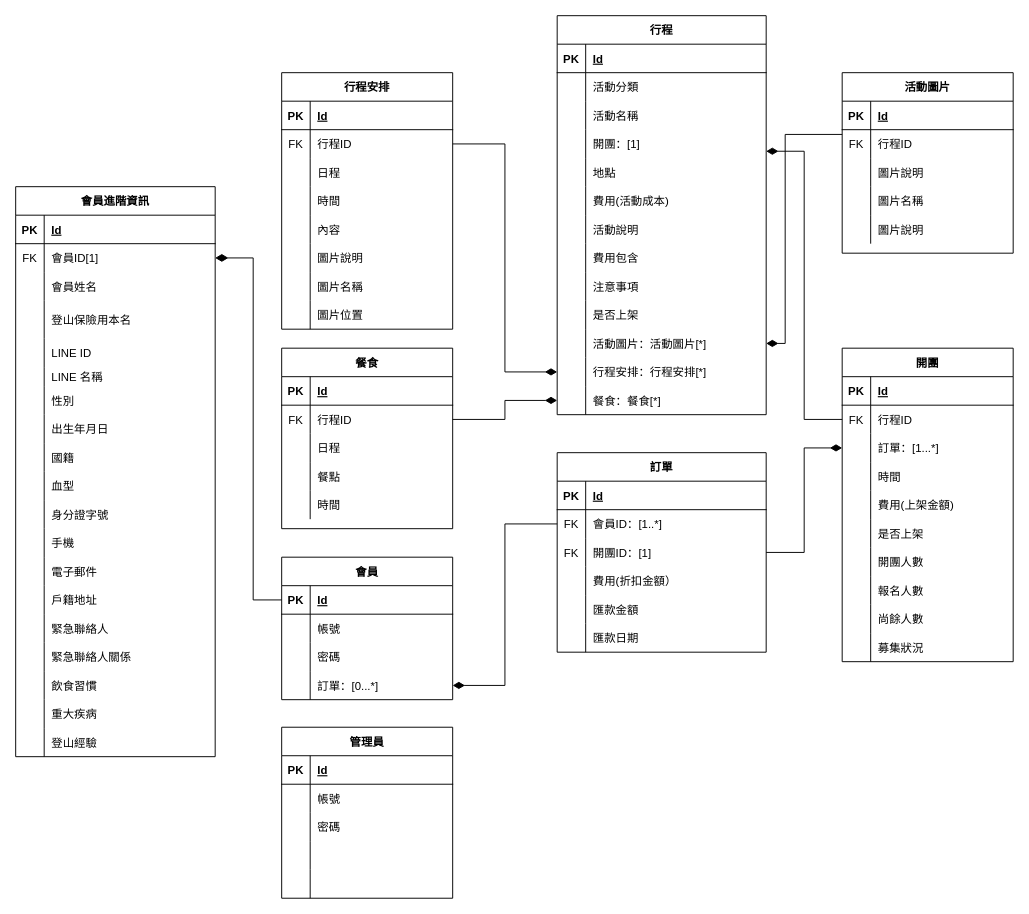
Yizi-Yeh/MT-Databaseplanning keeps this draw.io diagram as Untitled Diagram.drawio. Above is the earlier version. Source tidied: cells renumbered, new cells numbered last; positions are measured from the earlier drawing's top-left corner, leaving out a move shared by most shapes. Both pictures are drawn from the tidied source at 95%, with x=0, y=0 at pixel (15, 15).
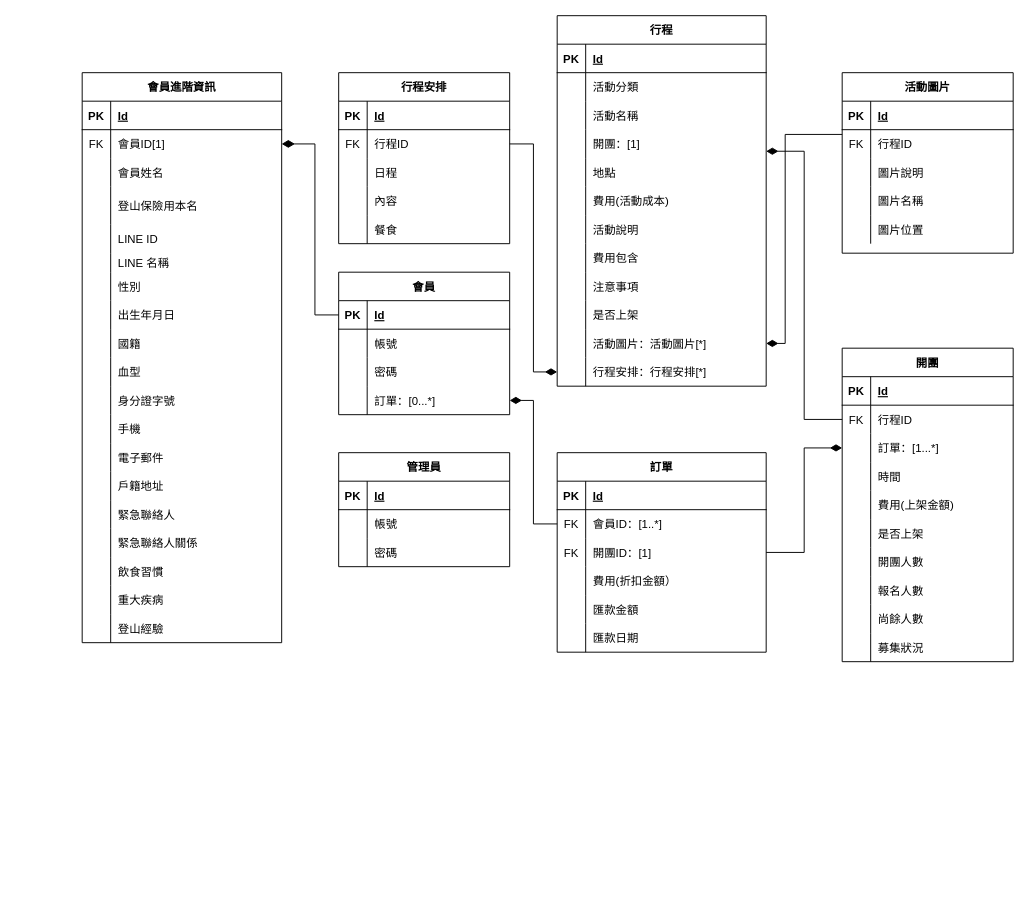
Above is the later version.

Unchanged cells that the change refers to:
```xml
<mxCell id="127" style="shape=partialRectangle;fillColor=none;top=0;left=0;bottom=0;right=0;" parent="114" vertex="1">
  <mxGeometry y="150" width="180" height="30" as="geometry" />
</mxCell>
```

Change to the diagram source:
```diff
@@
     <mxCell id="2" value="行程" style="shape=table;startSize=30;childLayout=tableLayout;rowLines=0;fontStyle=1;align=center;" parent="1" vertex="1">
-      <mxGeometry x="570" width="220" height="420" as="geometry" />
+      <mxGeometry x="570" width="220" height="390" as="geometry" />
     </mxCell>
@@
-    <mxCell id="39" style="shape=partialRectangle;fillColor=none;top=0;left=0;bottom=0;right=0;points=[[0,0.5],[1,0.5]];portConstraint=eastwest;" parent="2" vertex="1">
-      <mxGeometry y="390" width="220" height="30" as="geometry" />
-    </mxCell>
-    <mxCell id="40" style="shape=partialRectangle;fillColor=none;top=0;left=0;bottom=0;right=0;overflow=hidden;" parent="39" vertex="1">
-      <mxGeometry width="30" height="30" as="geometry" />
-    </mxCell>
-    <mxCell id="41" value="餐食：餐食[*]" style="shape=partialRectangle;fillColor=none;top=0;left=0;bottom=0;right=0;align=left;spacingLeft=6;overflow=hidden;" parent="39" vertex="1">
-      <mxGeometry x="30" width="190" height="30" as="geometry" />
-    </mxCell>
@@
     <mxCell id="73" value="行程安排" style="shape=table;startSize=30;childLayout=tableLayout;rowLines=0;fontStyle=1;align=center;fillColor=none;" parent="1" vertex="1">
-      <mxGeometry x="280" y="60" width="180" height="270" as="geometry" />
+      <mxGeometry x="340" y="60" width="180" height="180" as="geometry" />
     </mxCell>
@@
-    <mxCell id="83" style="shape=partialRectangle;fillColor=none;top=0;left=0;bottom=0;right=0;" parent="73" vertex="1">
-      <mxGeometry y="120" width="180" height="30" as="geometry" />
-    </mxCell>
-    <mxCell id="84" style="shape=partialRectangle;fillColor=none;top=0;left=0;bottom=0;right=0;overflow=hidden;" parent="83" vertex="1">
-      <mxGeometry width="30" height="30" as="geometry" />
-    </mxCell>
-    <mxCell id="85" value="時間" style="shape=partialRectangle;fillColor=none;top=0;left=0;bottom=0;right=0;align=left;spacingLeft=6;overflow=hidden;" parent="83" vertex="1">
-      <mxGeometry x="30" width="150" height="30" as="geometry" />
-    </mxCell>
     <mxCell id="86" style="shape=partialRectangle;fillColor=none;top=0;left=0;bottom=0;right=0;" parent="73" vertex="1">
-      <mxGeometry y="150" width="180" height="30" as="geometry" />
+      <mxGeometry y="120" width="180" height="30" as="geometry" />
     </mxCell>
@@
     <mxCell id="89" style="shape=partialRectangle;fillColor=none;top=0;left=0;bottom=0;right=0;" parent="73" vertex="1">
-      <mxGeometry y="180" width="180" height="30" as="geometry" />
+      <mxGeometry y="150" width="180" height="30" as="geometry" />
     </mxCell>
@@
-    <mxCell id="91" value="圖片說明" style="shape=partialRectangle;fillColor=none;top=0;left=0;bottom=0;right=0;align=left;spacingLeft=6;overflow=hidden;" parent="89" vertex="1">
+    <mxCell id="91" value="餐食" style="shape=partialRectangle;fillColor=none;top=0;left=0;bottom=0;right=0;align=left;spacingLeft=6;overflow=hidden;" parent="89" vertex="1">
       <mxGeometry x="30" width="150" height="30" as="geometry" />
     </mxCell>
-    <mxCell id="92" style="shape=partialRectangle;fillColor=none;top=0;left=0;bottom=0;right=0;" parent="73" vertex="1">
-      <mxGeometry y="210" width="180" height="30" as="geometry" />
-    </mxCell>
-    <mxCell id="93" style="shape=partialRectangle;fillColor=none;top=0;left=0;bottom=0;right=0;overflow=hidden;" parent="92" vertex="1">
-      <mxGeometry width="30" height="30" as="geometry" />
-    </mxCell>
-    <mxCell id="94" value="圖片名稱" style="shape=partialRectangle;fillColor=none;top=0;left=0;bottom=0;right=0;align=left;spacingLeft=6;overflow=hidden;" parent="92" vertex="1">
-      <mxGeometry x="30" width="150" height="30" as="geometry" />
-    </mxCell>
-    <mxCell id="95" style="shape=partialRectangle;fillColor=none;top=0;left=0;bottom=0;right=0;" parent="73" vertex="1">
-      <mxGeometry y="240" width="180" height="30" as="geometry" />
-    </mxCell>
-    <mxCell id="96" style="shape=partialRectangle;fillColor=none;top=0;left=0;bottom=0;right=0;overflow=hidden;" parent="95" vertex="1">
-      <mxGeometry width="30" height="30" as="geometry" />
-    </mxCell>
-    <mxCell id="97" value="圖片位置" style="shape=partialRectangle;fillColor=none;top=0;left=0;bottom=0;right=0;align=left;spacingLeft=6;overflow=hidden;" parent="95" vertex="1">
-      <mxGeometry x="30" width="150" height="30" as="geometry" />
-    </mxCell>
-    <mxCell id="98" value="餐食" style="shape=table;startSize=30;childLayout=tableLayout;rowLines=0;fontStyle=1;align=center;fillColor=none;" parent="1" vertex="1">
-      <mxGeometry x="280" y="350" width="180" height="190" as="geometry" />
-    </mxCell>
-    <mxCell id="99" style="shape=partialRectangle;fillColor=none;top=0;left=0;bottom=1;right=0;" parent="98" vertex="1">
-      <mxGeometry y="30" width="180" height="30" as="geometry" />
-    </mxCell>
-    <mxCell id="100" value="PK" style="shape=partialRectangle;fillColor=none;top=0;left=0;bottom=0;right=0;fontStyle=1;overflow=hidden;" parent="99" vertex="1">
-      <mxGeometry width="30" height="30" as="geometry" />
-    </mxCell>
-    <mxCell id="101" value="Id" style="shape=partialRectangle;fillColor=none;top=0;left=0;bottom=0;right=0;align=left;spacingLeft=6;fontStyle=5;overflow=hidden;" parent="99" vertex="1">
-      <mxGeometry x="30" width="150" height="30" as="geometry" />
-    </mxCell>
-    <mxCell id="102" style="shape=partialRectangle;fillColor=none;top=0;left=0;bottom=0;right=0;points=[[0,0.5],[1,0.5]];portConstraint=eastwest;" parent="98" vertex="1">
-      <mxGeometry y="60" width="180" height="30" as="geometry" />
-    </mxCell>
-    <mxCell id="103" value="FK" style="shape=partialRectangle;fillColor=none;top=0;left=0;bottom=0;right=0;fontStyle=0;overflow=hidden;" parent="102" vertex="1">
-      <mxGeometry width="30" height="30" as="geometry" />
-    </mxCell>
-    <mxCell id="104" value="行程ID" style="shape=partialRectangle;fillColor=none;top=0;left=0;bottom=0;right=0;align=left;spacingLeft=6;fontStyle=0;overflow=hidden;" parent="102" vertex="1">
-      <mxGeometry x="30" width="150" height="30" as="geometry" />
-    </mxCell>
-    <mxCell id="105" style="shape=partialRectangle;fillColor=none;top=0;left=0;bottom=0;right=0;" parent="98" vertex="1">
-      <mxGeometry y="90" width="180" height="30" as="geometry" />
-    </mxCell>
-    <mxCell id="106" style="shape=partialRectangle;fillColor=none;top=0;left=0;bottom=0;right=0;overflow=hidden;" parent="105" vertex="1">
-      <mxGeometry width="30" height="30" as="geometry" />
-    </mxCell>
-    <mxCell id="107" value="日程" style="shape=partialRectangle;fillColor=none;top=0;left=0;bottom=0;right=0;align=left;spacingLeft=6;overflow=hidden;" parent="105" vertex="1">
-      <mxGeometry x="30" width="150" height="30" as="geometry" />
-    </mxCell>
-    <mxCell id="108" style="shape=partialRectangle;fillColor=none;top=0;left=0;bottom=0;right=0;" parent="98" vertex="1">
-      <mxGeometry y="120" width="180" height="30" as="geometry" />
-    </mxCell>
-    <mxCell id="109" style="shape=partialRectangle;fillColor=none;top=0;left=0;bottom=0;right=0;overflow=hidden;" parent="108" vertex="1">
-      <mxGeometry width="30" height="30" as="geometry" />
-    </mxCell>
-    <mxCell id="110" value="餐點" style="shape=partialRectangle;fillColor=none;top=0;left=0;bottom=0;right=0;align=left;spacingLeft=6;overflow=hidden;" parent="108" vertex="1">
-      <mxGeometry x="30" width="150" height="30" as="geometry" />
-    </mxCell>
-    <mxCell id="111" style="shape=partialRectangle;fillColor=none;top=0;left=0;bottom=0;right=0;" parent="98" vertex="1">
-      <mxGeometry y="150" width="180" height="30" as="geometry" />
-    </mxCell>
-    <mxCell id="112" style="shape=partialRectangle;fillColor=none;top=0;left=0;bottom=0;right=0;overflow=hidden;" parent="111" vertex="1">
-      <mxGeometry width="30" height="30" as="geometry" />
-    </mxCell>
-    <mxCell id="113" value="時間" style="shape=partialRectangle;fillColor=none;top=0;left=0;bottom=0;right=0;align=left;spacingLeft=6;overflow=hidden;" parent="111" vertex="1">
-      <mxGeometry x="30" width="150" height="30" as="geometry" />
-    </mxCell>
@@
-    <mxCell id="129" value="圖片說明" style="shape=partialRectangle;fillColor=none;top=0;left=0;bottom=0;right=0;align=left;spacingLeft=6;overflow=hidden;" parent="127" vertex="1">
+    <mxCell id="129" value="圖片位置" style="shape=partialRectangle;fillColor=none;top=0;left=0;bottom=0;right=0;align=left;spacingLeft=6;overflow=hidden;" parent="127" vertex="1">
       <mxGeometry x="30" width="150" height="30" as="geometry" />
     </mxCell>
     <mxCell id="130" value="會員" style="shape=table;startSize=30;childLayout=tableLayout;rowLines=0;fontStyle=1;align=center;fillColor=none;" parent="1" vertex="1">
-      <mxGeometry x="280" y="570" width="180" height="150" as="geometry" />
+      <mxGeometry x="340" y="270" width="180" height="150" as="geometry" />
     </mxCell>
@@
-    <mxCell id="164" style="edgeStyle=orthogonalEdgeStyle;rounded=0;jettySize=auto;html=1;entryX=0;entryY=0.5;entryDx=0;entryDy=0;startArrow=none;startFill=0;startSize=18;endArrow=diamondThin;endFill=1;endSize=10;strokeWidth=1;" parent="1" edge="1" source="102" target="39">
-      <mxGeometry relative="1" as="geometry" />
-    </mxCell>
@@
     <mxCell id="168" value="管理員" style="shape=table;startSize=30;childLayout=tableLayout;rowLines=0;fontStyle=1;align=center;fillColor=none;" parent="1" vertex="1">
-      <mxGeometry x="280" y="749" width="180" height="180" as="geometry" />
+      <mxGeometry x="340" y="460" width="180" height="120" as="geometry" />
     </mxCell>
@@
-    <mxCell id="178" style="shape=partialRectangle;fillColor=none;top=0;left=0;bottom=0;right=0;" parent="168" vertex="1">
-      <mxGeometry y="120" width="180" height="30" as="geometry" />
-    </mxCell>
-    <mxCell id="179" style="shape=partialRectangle;fillColor=none;top=0;left=0;bottom=0;right=0;overflow=hidden;" parent="178" vertex="1">
-      <mxGeometry width="30" height="30" as="geometry" />
-    </mxCell>
-    <mxCell id="180" style="shape=partialRectangle;fillColor=none;top=0;left=0;bottom=0;right=0;align=left;spacingLeft=6;overflow=hidden;" parent="178" vertex="1">
-      <mxGeometry x="30" width="150" height="30" as="geometry" />
-    </mxCell>
-    <mxCell id="181" style="shape=partialRectangle;fillColor=none;top=0;left=0;bottom=0;right=0;" parent="168" vertex="1">
-      <mxGeometry y="150" width="180" height="30" as="geometry" />
-    </mxCell>
-    <mxCell id="182" style="shape=partialRectangle;fillColor=none;top=0;left=0;bottom=0;right=0;overflow=hidden;" parent="181" vertex="1">
-      <mxGeometry width="30" height="30" as="geometry" />
-    </mxCell>
-    <mxCell id="183" style="shape=partialRectangle;fillColor=none;top=0;left=0;bottom=0;right=0;align=left;spacingLeft=6;overflow=hidden;" parent="181" vertex="1">
-      <mxGeometry x="30" width="150" height="30" as="geometry" />
-    </mxCell>
     <mxCell id="184" value="會員進階資訊" style="shape=table;startSize=30;childLayout=tableLayout;rowLines=0;fontStyle=1;align=center;fillColor=none;" parent="1" vertex="1">
-      <mxGeometry y="180" width="210" height="600" as="geometry" />
+      <mxGeometry x="70" y="60" width="210" height="600" as="geometry" />
     </mxCell>
```
